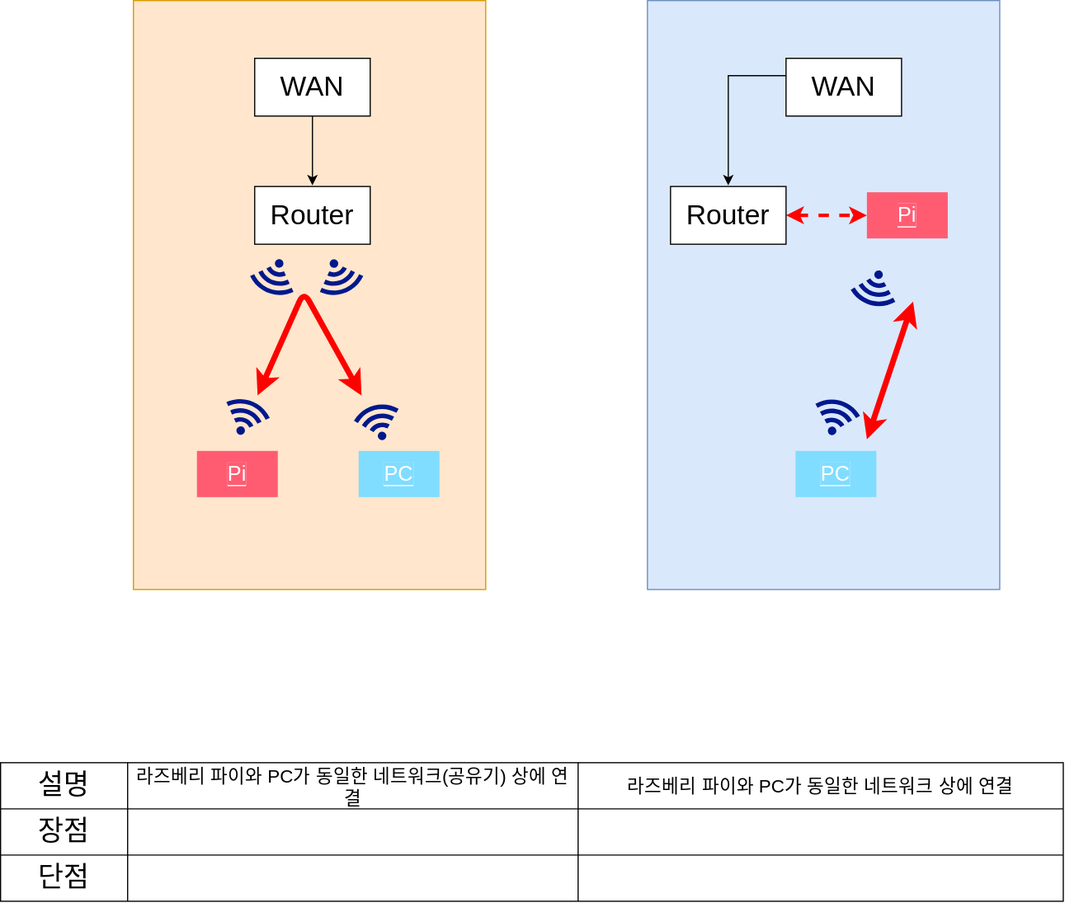
The draw.io diagram network.svg in wsy8029/flask-dashboard, before a commit. Source tidied: cells renumbered, new cells last; positions are measured from the earlier drawing's top-left corner, leaving out a move shared by most shapes.
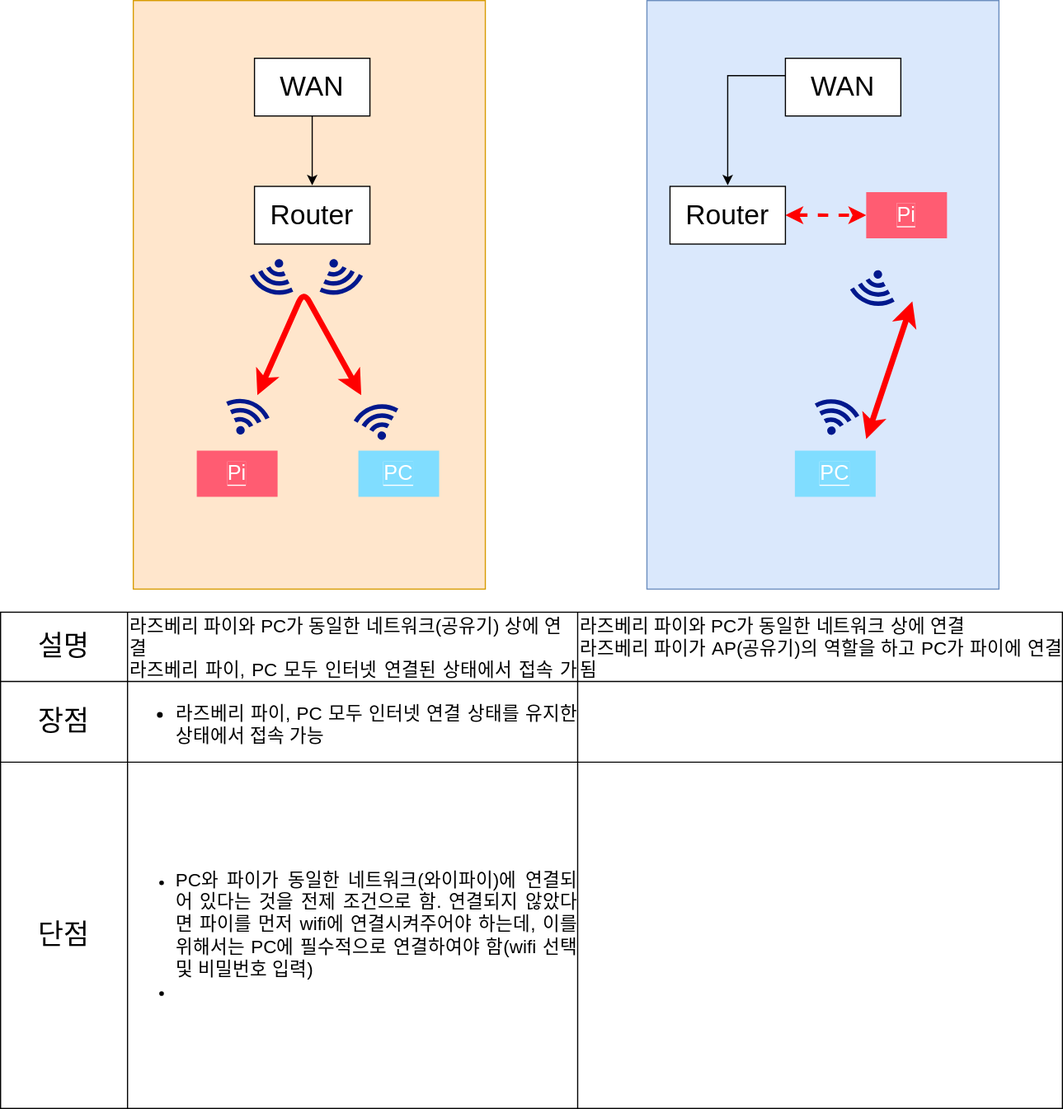
After the commit.

The edit, as a diff of the source:
```diff
@@ -83,43 +83,43 @@
       <mxGeometry x="688.2" y="390" width="70" height="40" as="geometry" />
     </mxCell>
     <mxCell id="23" style="shape=table;html=1;whiteSpace=wrap;startSize=0;" parent="1" vertex="1">
-      <mxGeometry y="660" width="920" height="120" as="geometry" />
+      <mxGeometry y="530" width="920" height="430" as="geometry" />
     </mxCell>
     <mxCell id="24" style="shape=partialRectangle;html=1;whiteSpace=wrap;fillColor=none;top=0;left=0;bottom=0;right=0;" parent="23" vertex="1">
-      <mxGeometry width="920" height="40" as="geometry" />
+      <mxGeometry width="920" height="60" as="geometry" />
     </mxCell>
     <mxCell id="25" value="&lt;font style=&quot;font-size: 24px&quot;&gt;설명&lt;/font&gt;" style="shape=partialRectangle;html=1;whiteSpace=wrap;overflow=hidden;fillColor=none;top=0;left=0;bottom=0;right=0;" parent="24" vertex="1">
-      <mxGeometry width="110" height="40" as="geometry" />
+      <mxGeometry width="110" height="60" as="geometry" />
     </mxCell>
-    <mxCell id="26" value="&lt;span style=&quot;font-size: medium ; text-align: justify&quot;&gt;라즈베리 파이와 PC가 동일한 네트워크(공유기) 상에 연결&lt;/span&gt;" style="shape=partialRectangle;html=1;whiteSpace=wrap;overflow=hidden;fillColor=none;top=0;left=0;bottom=0;right=0;" parent="24" vertex="1">
-      <mxGeometry x="110" width="390" height="40" as="geometry" />
+    <mxCell id="26" value="&lt;font size=&quot;3&quot;&gt;라즈베리 파이와 PC가 동일한 네트워크(공유기) 상에 연결&lt;/font&gt;&lt;br&gt;&lt;div style=&quot;text-align: justify&quot;&gt;&lt;font size=&quot;3&quot;&gt;라즈베리 파이, PC 모두 인터넷 연결된 상태에서 접속 가능&lt;/font&gt;&lt;/div&gt;" style="shape=partialRectangle;html=1;whiteSpace=wrap;overflow=hidden;fillColor=none;top=0;left=0;bottom=0;right=0;align=left;" parent="24" vertex="1">
+      <mxGeometry x="110" width="390" height="60" as="geometry" />
     </mxCell>
-    <mxCell id="27" value="&lt;span style=&quot;font-size: medium&quot;&gt;라즈베리 파이와 PC가 동일한 네트워크 상에 연결&lt;/span&gt;" style="shape=partialRectangle;html=1;whiteSpace=wrap;overflow=hidden;fillColor=none;top=0;left=0;bottom=0;right=0;" parent="24" vertex="1">
-      <mxGeometry x="500" width="420" height="40" as="geometry" />
+    <mxCell id="27" value="&lt;div style=&quot;text-align: justify&quot;&gt;&lt;span style=&quot;font-size: medium&quot;&gt;라즈베리 파이와 PC가 동일한 네트워크 상에 연결&lt;/span&gt;&lt;/div&gt;&lt;div style=&quot;text-align: justify&quot;&gt;&lt;span style=&quot;font-size: medium&quot;&gt;라즈베리 파이가 AP(공유기)의 역할을 하고 PC가 파이에 연결됨&lt;/span&gt;&lt;/div&gt;" style="shape=partialRectangle;html=1;whiteSpace=wrap;overflow=hidden;fillColor=none;top=0;left=0;bottom=0;right=0;align=left;" parent="24" vertex="1">
+      <mxGeometry x="500" width="420" height="60" as="geometry" />
     </mxCell>
     <mxCell id="28" style="shape=partialRectangle;html=1;whiteSpace=wrap;fillColor=none;top=0;left=0;bottom=0;right=0;" parent="23" vertex="1">
-      <mxGeometry y="40" width="920" height="40" as="geometry" />
+      <mxGeometry y="60" width="920" height="70" as="geometry" />
     </mxCell>
     <mxCell id="29" value="&lt;font style=&quot;font-size: 24px&quot;&gt;장점&lt;/font&gt;" style="shape=partialRectangle;html=1;whiteSpace=wrap;overflow=hidden;fillColor=none;top=0;left=0;bottom=0;right=0;" parent="28" vertex="1">
-      <mxGeometry width="110" height="40" as="geometry" />
+      <mxGeometry width="110" height="70" as="geometry" />
     </mxCell>
-    <mxCell id="30" style="shape=partialRectangle;html=1;whiteSpace=wrap;overflow=hidden;fillColor=none;top=0;left=0;bottom=0;right=0;" parent="28" vertex="1">
-      <mxGeometry x="110" width="390" height="40" as="geometry" />
+    <mxCell id="30" value="&lt;ul&gt;&lt;li style=&quot;text-align: justify&quot;&gt;라즈베리 파이, PC 모두 인터넷 연결 상태를 유지한 상태에서 접속 가능&lt;/li&gt;&lt;/ul&gt;" style="shape=partialRectangle;html=1;whiteSpace=wrap;overflow=hidden;fillColor=none;top=0;left=0;bottom=0;right=0;fontSize=16;align=left;" parent="28" vertex="1">
+      <mxGeometry x="110" width="390" height="70" as="geometry" />
     </mxCell>
     <mxCell id="31" style="shape=partialRectangle;html=1;whiteSpace=wrap;overflow=hidden;fillColor=none;top=0;left=0;bottom=0;right=0;" parent="28" vertex="1">
-      <mxGeometry x="500" width="420" height="40" as="geometry" />
+      <mxGeometry x="500" width="420" height="70" as="geometry" />
     </mxCell>
     <mxCell id="32" style="shape=partialRectangle;html=1;whiteSpace=wrap;fillColor=none;top=0;left=0;bottom=0;right=0;" parent="23" vertex="1">
-      <mxGeometry y="80" width="920" height="40" as="geometry" />
+      <mxGeometry y="130" width="920" height="300" as="geometry" />
     </mxCell>
     <mxCell id="33" value="&lt;font style=&quot;font-size: 24px&quot;&gt;단점&lt;/font&gt;" style="shape=partialRectangle;html=1;whiteSpace=wrap;overflow=hidden;fillColor=none;top=0;left=0;bottom=0;right=0;" parent="32" vertex="1">
-      <mxGeometry width="110" height="40" as="geometry" />
+      <mxGeometry width="110" height="300" as="geometry" />
     </mxCell>
-    <mxCell id="34" style="shape=partialRectangle;html=1;whiteSpace=wrap;overflow=hidden;fillColor=none;top=0;left=0;bottom=0;right=0;" parent="32" vertex="1">
-      <mxGeometry x="110" width="390" height="40" as="geometry" />
+    <mxCell id="34" value="&lt;ul&gt;&lt;li style=&quot;text-align: justify&quot;&gt;&lt;font size=&quot;3&quot;&gt;PC와 파이가 동일한 네트워크(와이파이)에 연결되어 있다는 것을 전제 조건으로 함. 연결되지 않았다면 파이를 먼저 wifi에 연결시켜주어야 하는데, 이를 위해서는 PC에 필수적으로 연결하여야 함(wifi 선택 및 비밀번호 입력)&lt;/font&gt;&lt;/li&gt;&lt;li style=&quot;text-align: justify&quot;&gt;&lt;font size=&quot;3&quot;&gt;&lt;br&gt;&lt;/font&gt;&lt;/li&gt;&lt;/ul&gt;" style="shape=partialRectangle;html=1;whiteSpace=wrap;overflow=hidden;fillColor=none;top=0;left=0;bottom=0;right=0;align=left;" parent="32" vertex="1">
+      <mxGeometry x="110" width="390" height="300" as="geometry" />
     </mxCell>
     <mxCell id="35" style="shape=partialRectangle;html=1;whiteSpace=wrap;overflow=hidden;fillColor=none;top=0;left=0;bottom=0;right=0;" parent="32" vertex="1">
-      <mxGeometry x="500" width="420" height="40" as="geometry" />
+      <mxGeometry x="500" width="420" height="300" as="geometry" />
     </mxCell>
   </root>
 </mxGraphModel>
```
